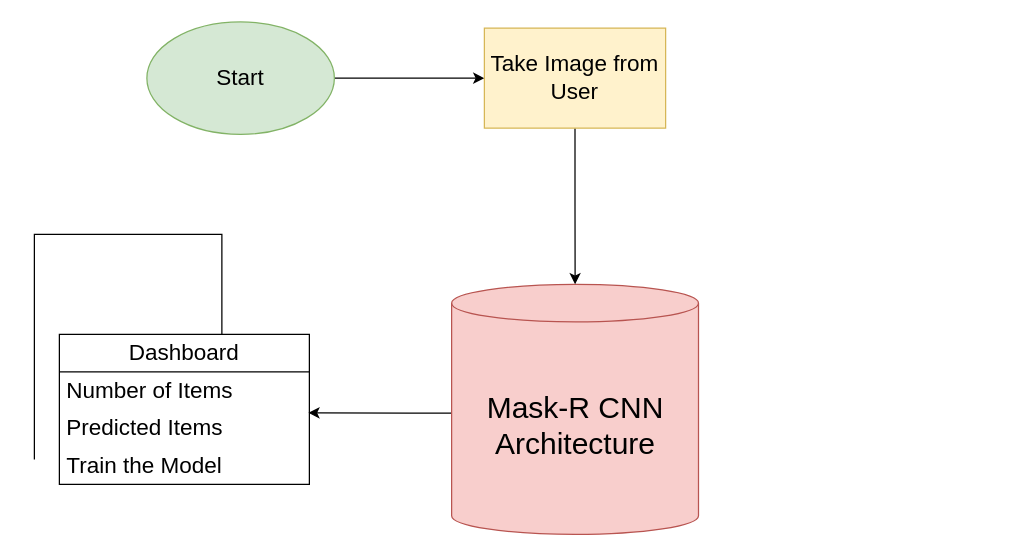
Above: FYP-workflow.drawio in sanils2002/Final-Year-Project (draw.io), before the change. Source tidied: cells renumbered, new cells numbered last; positions are measured from the earlier drawing's top-left corner, leaving out a move shared by most shapes. Both pictures are drawn from the tidied source at 125%, with x=0, y=0 at pixel (34, 21).
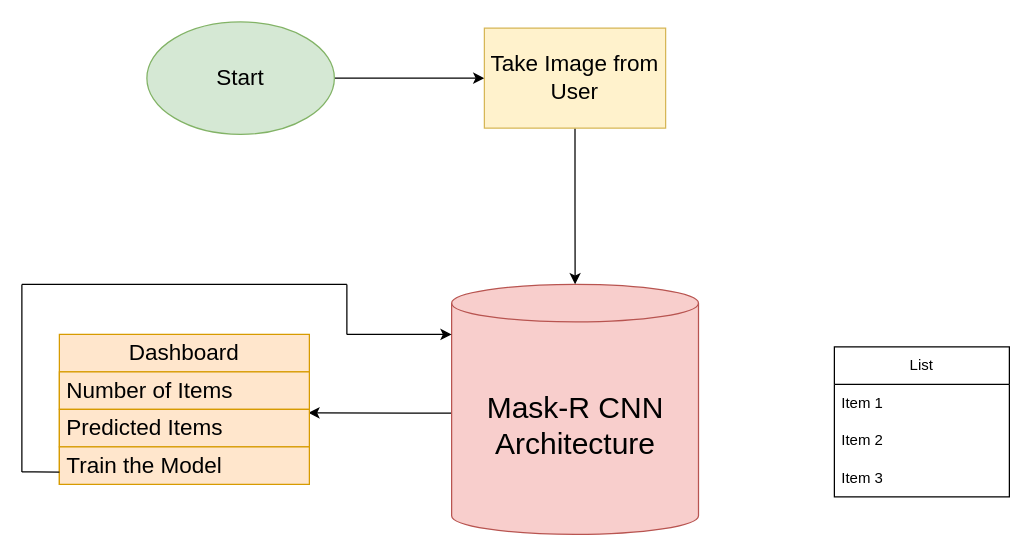
The same diagram, later.

What changed in the source:
```diff
@@
-    <mxCell id="8" style="edgeStyle=orthogonalEdgeStyle;rounded=0;orthogonalLoop=1;jettySize=auto;html=1;" parent="1" edge="1">
-      <mxGeometry relative="1" as="geometry">
-        <mxPoint y="350" as="sourcePoint" />
-        <mxPoint x="150" y="270" as="targetPoint" />
-        <Array as="points">
-          <mxPoint y="170" />
-        </Array>
-      </mxGeometry>
-    </mxCell>
-    <mxCell id="9" value="&lt;font style=&quot;font-size: 18px;&quot;&gt;Dashboard&lt;/font&gt;" style="swimlane;fontStyle=0;horizontal=1;startSize=30;whiteSpace=wrap;html=1;" parent="1" vertex="1">
+    <mxCell id="9" value="&lt;font style=&quot;font-size: 18px;&quot;&gt;Dashboard&lt;/font&gt;" style="swimlane;fontStyle=0;horizontal=1;startSize=30;whiteSpace=wrap;html=1;fillColor=#ffe6cc;strokeColor=#d79b00;" parent="1" vertex="1">
       <mxGeometry x="20" y="250" width="200" height="120" as="geometry" />
     </mxCell>
-    <mxCell id="10" value="&lt;font style=&quot;font-size: 18px;&quot;&gt;Number of Items&lt;/font&gt;" style="text;strokeColor=none;fillColor=none;align=left;verticalAlign=middle;spacingLeft=4;spacingRight=4;overflow=hidden;whiteSpace=wrap;html=1;" parent="9" vertex="1">
+    <mxCell id="10" value="&lt;font style=&quot;font-size: 18px;&quot;&gt;Number of Items&lt;/font&gt;" style="text;strokeColor=#d79b00;fillColor=#ffe6cc;align=left;verticalAlign=middle;spacingLeft=4;spacingRight=4;overflow=hidden;whiteSpace=wrap;html=1;" parent="9" vertex="1">
       <mxGeometry y="30" width="200" height="30" as="geometry" />
     </mxCell>
-    <mxCell id="11" value="&lt;font style=&quot;font-size: 18px;&quot;&gt;Predicted Items&lt;/font&gt;" style="text;strokeColor=none;fillColor=none;align=left;verticalAlign=middle;spacingLeft=4;spacingRight=4;overflow=hidden;points=[[0,0.5],[1,0.5]];portConstraint=eastwest;whiteSpace=wrap;html=1;" parent="9" vertex="1">
+    <mxCell id="11" value="&lt;font style=&quot;font-size: 18px;&quot;&gt;Predicted Items&lt;/font&gt;" style="text;strokeColor=#d79b00;fillColor=#ffe6cc;align=left;verticalAlign=middle;spacingLeft=4;spacingRight=4;overflow=hidden;points=[[0,0.5],[1,0.5]];portConstraint=eastwest;whiteSpace=wrap;html=1;" parent="9" vertex="1">
       <mxGeometry y="60" width="200" height="30" as="geometry" />
     </mxCell>
-    <mxCell id="12" value="&lt;font style=&quot;font-size: 18px;&quot;&gt;Train the Model&lt;/font&gt;" style="text;strokeColor=none;fillColor=none;align=left;verticalAlign=middle;spacingLeft=4;spacingRight=4;overflow=hidden;points=[[0,0.5],[1,0.5]];portConstraint=eastwest;whiteSpace=wrap;html=1;" parent="9" vertex="1">
+    <mxCell id="12" value="&lt;font style=&quot;font-size: 18px;&quot;&gt;Train the Model&lt;/font&gt;" style="text;strokeColor=#d79b00;fillColor=#ffe6cc;align=left;verticalAlign=middle;spacingLeft=4;spacingRight=4;overflow=hidden;points=[[0,0.5],[1,0.5]];portConstraint=eastwest;whiteSpace=wrap;html=1;" parent="9" vertex="1">
       <mxGeometry y="90" width="200" height="30" as="geometry" />
     </mxCell>
+    <mxCell id="13" style="endArrow=none;html=1;rounded=0;entryX=0;entryY=0.671;entryDx=0;entryDy=0;entryPerimeter=0;" parent="1" edge="1" target="12">
+      <mxGeometry relative="1" as="geometry">
+        <mxPoint x="-10" y="360" as="sourcePoint" />
+        <Array as="points">
+          <mxPoint y="360" />
+        </Array>
+      </mxGeometry>
+    </mxCell>
+    <mxCell id="14" style="endArrow=none;html=1;rounded=0;" parent="1" edge="1">
+      <mxGeometry relative="1" as="geometry">
+        <mxPoint x="-10" y="360" as="sourcePoint" />
+        <mxPoint x="-10" y="210" as="targetPoint" />
+      </mxGeometry>
+    </mxCell>
+    <mxCell id="15" style="endArrow=none;html=1;rounded=0;" parent="1" edge="1">
+      <mxGeometry relative="1" as="geometry">
+        <mxPoint x="-10" y="210" as="sourcePoint" />
+        <mxPoint x="250" y="210" as="targetPoint" />
+      </mxGeometry>
+    </mxCell>
+    <mxCell id="16" style="endArrow=none;html=1;rounded=0;" parent="1" edge="1">
+      <mxGeometry relative="1" as="geometry">
+        <mxPoint x="250" y="210" as="sourcePoint" />
+        <mxPoint x="250" y="250" as="targetPoint" />
+      </mxGeometry>
+    </mxCell>
+    <mxCell id="17" style="endArrow=classic;html=1;rounded=0;" parent="1" edge="1">
+      <mxGeometry relative="1" as="geometry">
+        <mxPoint x="250" y="250" as="sourcePoint" />
+        <mxPoint x="333.8" y="250" as="targetPoint" />
+      </mxGeometry>
+    </mxCell>
+    <mxCell id="18" value="List" style="swimlane;fontStyle=0;horizontal=1;startSize=30;whiteSpace=wrap;html=1;" parent="1" vertex="1">
+      <mxGeometry x="640" y="260" width="140" height="120" as="geometry" />
+    </mxCell>
+    <mxCell id="19" value="Item 1" style="text;strokeColor=none;fillColor=none;align=left;verticalAlign=middle;spacingLeft=4;spacingRight=4;overflow=hidden;whiteSpace=wrap;html=1;" parent="18" vertex="1">
+      <mxGeometry y="30" width="140" height="30" as="geometry" />
+    </mxCell>
+    <mxCell id="20" value="Item 2" style="text;strokeColor=none;fillColor=none;align=left;verticalAlign=middle;spacingLeft=4;spacingRight=4;overflow=hidden;whiteSpace=wrap;html=1;" parent="18" vertex="1">
+      <mxGeometry y="60" width="140" height="30" as="geometry" />
+    </mxCell>
+    <mxCell id="21" value="Item 3" style="text;strokeColor=none;fillColor=none;align=left;verticalAlign=middle;spacingLeft=4;spacingRight=4;overflow=hidden;whiteSpace=wrap;html=1;" parent="18" vertex="1">
+      <mxGeometry y="90" width="140" height="30" as="geometry" />
+    </mxCell>
```
